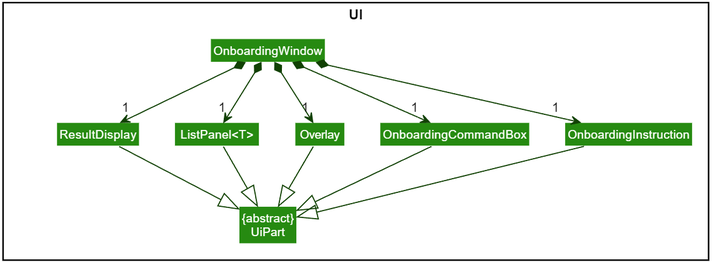
This is docs/images/OnboardingUiClassDiagram.png from nus-cs2103-AY2122S2/tp, a PlantUML export, as it was before one commit. Its source is kept beside it as docs/diagrams/OnboardingUiClassDiagram.puml. Its diagram source:
```plantuml
@startuml
!include style.puml
skinparam arrowThickness 1.1
skinparam arrowColor UI_COLOR_T4
skinparam classBackgroundColor UI_COLOR

package UI <<Rectangle>>{
Class "{abstract}\nUiPart" as UiPart
Class OnboardingWindow
Class ResultDisplay
Class " ListPanel<T> " as ListPanel
Class Overlay
Class OnboardingCommandBox
Class OnboardingInstruction
}

OnboardingWindow *-down-> "1" ListPanel
OnboardingWindow *-down-> "1" ResultDisplay
OnboardingWindow *-down-> "1" OnboardingCommandBox
OnboardingWindow *-down-> "1" OnboardingInstruction
OnboardingWindow *-down-> "1" Overlay

ListPanel --|> UiPart
ResultDisplay --|> UiPart
OnboardingCommandBox --|> UiPart
OnboardingInstruction --|> UiPart
Overlay --|> UiPart
OnboardingWindow -[hidden]-|> UiPart
@enduml
```
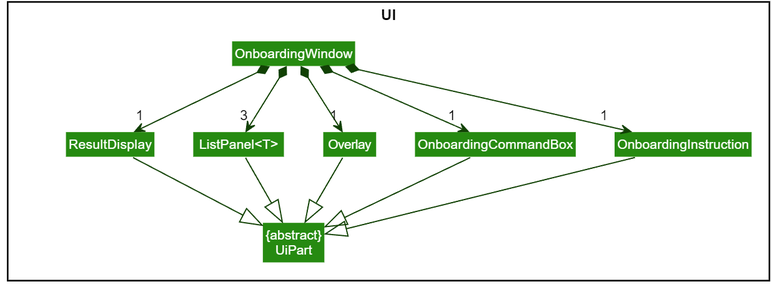
The same file after the commit.

Commit message:
Fix onboarding class diagram

What changed in the source:
```diff
@@ -14,7 +14,7 @@
 Class OnboardingInstruction
 }
 
-OnboardingWindow *-down-> "1" ListPanel
+OnboardingWindow *-down-> "3" ListPanel
 OnboardingWindow *-down-> "1" ResultDisplay
 OnboardingWindow *-down-> "1" OnboardingCommandBox
 OnboardingWindow *-down-> "1" OnboardingInstruction
```
